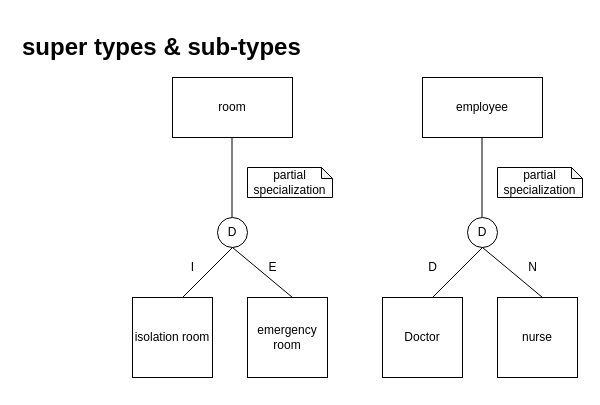
iman-itani/ITM302_project keeps this draw.io diagram as super types and sub-types.drawio. Above is the earlier version. Source tidied: cells renumbered, new cells numbered last; positions are measured from the earlier drawing's top-left corner, leaving out a move shared by most shapes. Both pictures are drawn from the tidied source at 100%, with x=0, y=0 at pixel (17, 27).
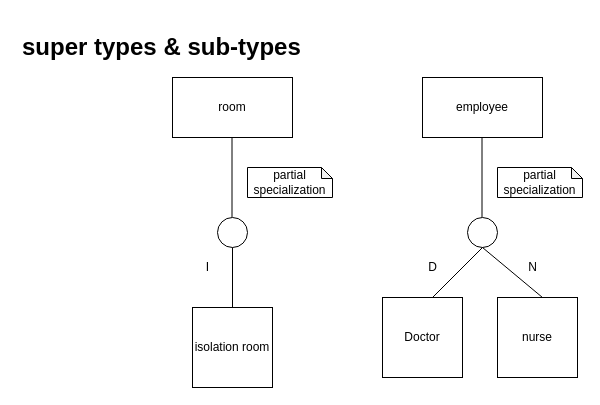
After the change.

Diff of the diagram source:
```diff
@@
-    <mxCell id="4" value="D" style="ellipse;whiteSpace=wrap;html=1;" parent="1" vertex="1">
+    <mxCell id="4" style="ellipse;whiteSpace=wrap;html=1;" parent="1" vertex="1">
       <mxGeometry x="200" y="190" width="30" height="30" as="geometry" />
     </mxCell>
-    <mxCell id="5" style="endArrow=none;html=1;rounded=0;" parent="1" edge="1">
+    <mxCell id="5" style="endArrow=none;html=1;rounded=0;exitX=0.5;exitY=0;exitDx=0;exitDy=0;" parent="1" edge="1" source="7">
       <mxGeometry relative="1" as="geometry">
-        <mxPoint x="165" y="270" as="sourcePoint" />
         <mxPoint x="215" y="220" as="targetPoint" />
       </mxGeometry>
     </mxCell>
-    <mxCell id="6" style="endArrow=none;html=1;rounded=0;" parent="1" edge="1">
-      <mxGeometry relative="1" as="geometry">
-        <mxPoint x="215" y="220" as="sourcePoint" />
-        <mxPoint x="275" y="270" as="targetPoint" />
-      </mxGeometry>
-    </mxCell>
     <mxCell id="7" value="isolation room" style="whiteSpace=wrap;html=1;" parent="1" vertex="1">
-      <mxGeometry x="115" y="270" width="80" height="80" as="geometry" />
+      <mxGeometry x="175" y="280" width="80" height="80" as="geometry" />
     </mxCell>
-    <mxCell id="8" value="emergency room" style="whiteSpace=wrap;html=1;" parent="1" vertex="1">
-      <mxGeometry x="230" y="270" width="80" height="80" as="geometry" />
-    </mxCell>
@@
-    <mxCell id="11" value="D" style="ellipse;whiteSpace=wrap;html=1;" parent="1" vertex="1">
+    <mxCell id="11" style="ellipse;whiteSpace=wrap;html=1;" parent="1" vertex="1">
       <mxGeometry x="450" y="190" width="30" height="30" as="geometry" />
     </mxCell>
@@
     <mxCell id="16" value="I" style="text;html=1;align=center;verticalAlign=middle;strokeColor=none;fillColor=none;" parent="1" vertex="1">
-      <mxGeometry x="160" y="225" width="30" height="30" as="geometry" />
+      <mxGeometry x="175" y="225" width="30" height="30" as="geometry" />
     </mxCell>
-    <mxCell id="17" value="E" style="text;html=1;align=center;verticalAlign=middle;strokeColor=none;fillColor=none;" parent="1" vertex="1">
-      <mxGeometry x="240" y="225" width="30" height="30" as="geometry" />
-    </mxCell>
```
